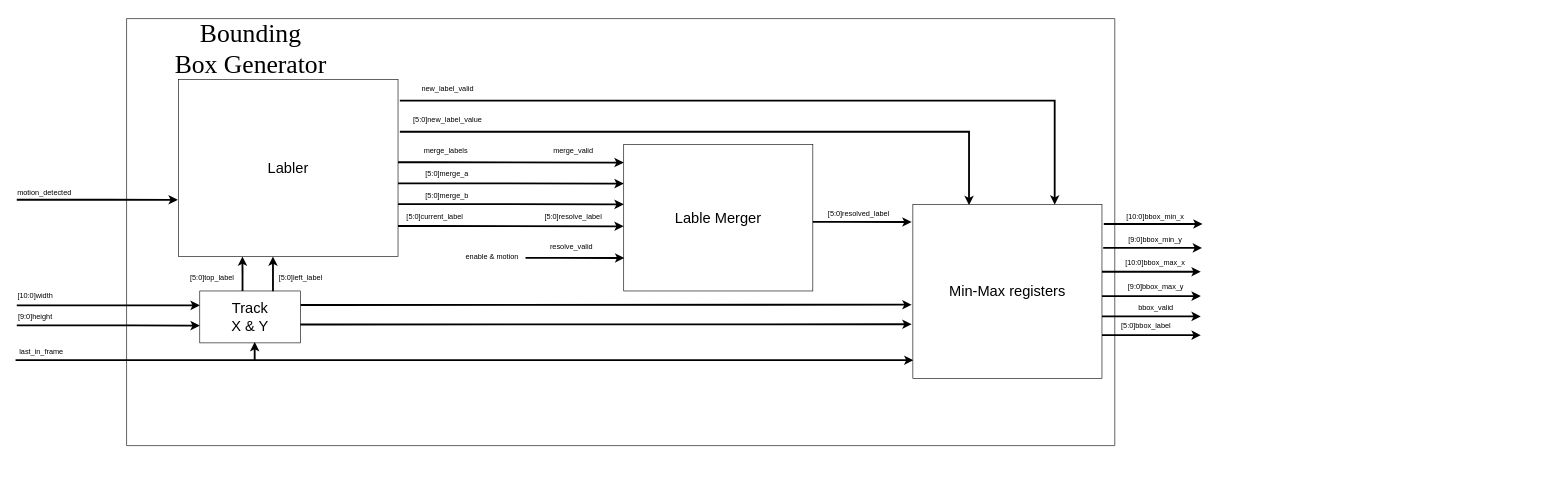
Above: drawings/Bounding Box Generator.drawio in sabarioded/Hardware_for_Digital_Video_Motion_Detector (draw.io), before the change. Source tidied: cells renumbered, new cells numbered last; positions are measured from the earlier drawing's top-left corner, leaving out a move shared by most shapes. Both pictures are drawn from the tidied source at 61%, with x=0, y=0 at pixel (10, 18).
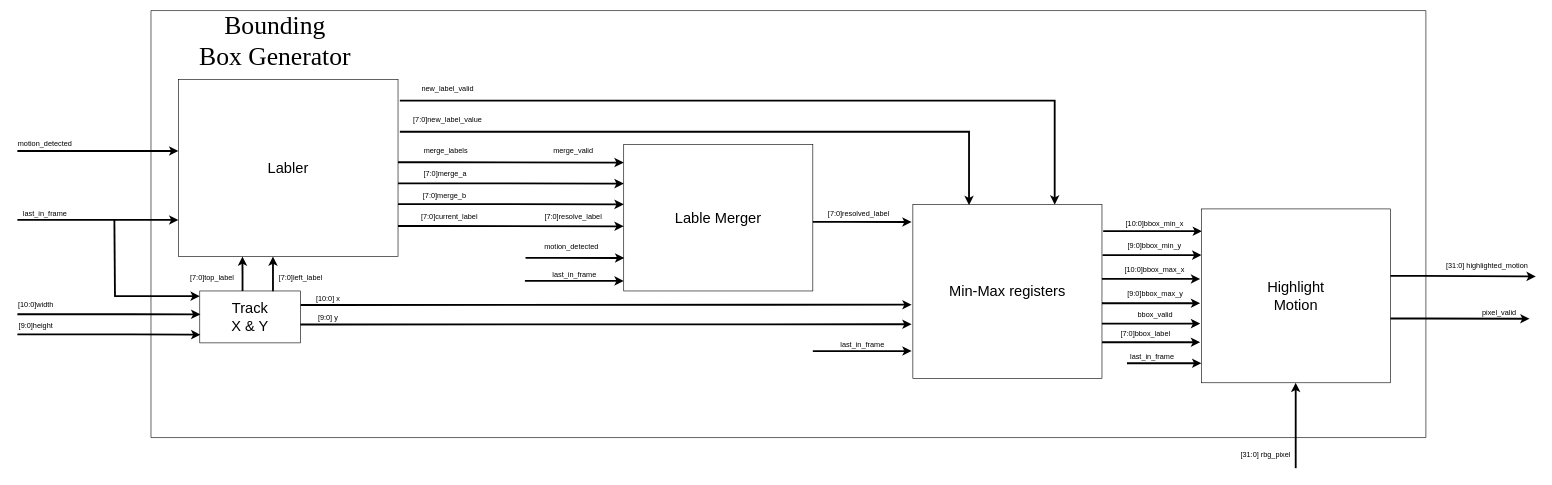
The same page after the edit.

What changed in the source:
```diff
@@
     <mxCell id="2" value="&lt;span style=&quot;text-wrap-mode: wrap;&quot;&gt;[10:0]width&lt;/span&gt;" style="text;html=1;align=center;verticalAlign=middle;strokeColor=none;fillColor=none;" parent="1" vertex="1">
-      <mxGeometry y="440" width="80" height="30" as="geometry" />
+      <mxGeometry x="1" y="454.7" width="80" height="30" as="geometry" />
     </mxCell>
     <mxCell id="3" value="&lt;span style=&quot;text-wrap-mode: wrap;&quot;&gt;[9:0]height&lt;/span&gt;" style="text;html=1;align=center;verticalAlign=middle;strokeColor=none;fillColor=none;" parent="1" vertex="1">
-      <mxGeometry y="474.1" width="80" height="30" as="geometry" />
+      <mxGeometry x="1" y="488.8" width="80" height="30" as="geometry" />
     </mxCell>
     <mxCell id="4" style="edgeStyle=orthogonalEdgeStyle;rounded=0;orthogonalLoop=1;jettySize=auto;html=1;strokeWidth=3;" parent="1" edge="1">
       <mxGeometry relative="1" as="geometry">
-        <mxPoint x="1789" y="488.2" as="sourcePoint" />
-        <mxPoint x="1951" y="488.2" as="targetPoint" />
+        <mxPoint x="1788" y="499.9" as="sourcePoint" />
+        <mxPoint x="1950" y="500" as="targetPoint" />
         <Array as="points">
-          <mxPoint x="1838" y="488.2" />
+          <mxPoint x="1837" y="499.9" />
         </Array>
       </mxGeometry>
     </mxCell>
     <mxCell id="5" value="&lt;span style=&quot;text-wrap-mode: wrap;&quot;&gt;bbox_valid&lt;/span&gt;" style="text;html=1;align=center;verticalAlign=middle;strokeColor=none;fillColor=none;" parent="1" vertex="1">
-      <mxGeometry x="1837" y="459.4" width="80" height="30" as="geometry" />
+      <mxGeometry x="1836" y="471.2" width="80" height="30" as="geometry" />
     </mxCell>
     <mxCell id="6" style="edgeStyle=orthogonalEdgeStyle;rounded=0;orthogonalLoop=1;jettySize=auto;html=1;strokeWidth=3;" parent="1" edge="1">
       <mxGeometry relative="1" as="geometry">
-        <mxPoint x="1789" y="518.8" as="sourcePoint" />
-        <mxPoint x="1951" y="518.9" as="targetPoint" />
+        <mxPoint x="1788" y="530.6" as="sourcePoint" />
+        <mxPoint x="1950" y="530.6" as="targetPoint" />
         <Array as="points">
-          <mxPoint x="1838" y="518.8" />
+          <mxPoint x="1837" y="530.6" />
         </Array>
       </mxGeometry>
     </mxCell>
-    <mxCell id="7" value="&lt;span style=&quot;text-wrap-mode: wrap;&quot;&gt;[5:0]bbox_label&lt;/span&gt;" style="text;html=1;align=center;verticalAlign=middle;strokeColor=none;fillColor=none;" parent="1" vertex="1">
-      <mxGeometry x="1811" y="488.8" width="100" height="30" as="geometry" />
+    <mxCell id="7" value="&lt;span style=&quot;text-wrap-mode: wrap;&quot;&gt;[7:0]bbox_label&lt;/span&gt;" style="text;html=1;align=center;verticalAlign=middle;strokeColor=none;fillColor=none;" parent="1" vertex="1">
+      <mxGeometry x="1810" y="500.6" width="100" height="30" as="geometry" />
     </mxCell>
     <mxCell id="8" style="edgeStyle=orthogonalEdgeStyle;rounded=0;orthogonalLoop=1;jettySize=auto;html=1;strokeWidth=3;" parent="1" edge="1">
       <mxGeometry relative="1" as="geometry">
-        <mxPoint x="1792" y="336.7" as="sourcePoint" />
-        <mxPoint x="1954" y="336.7" as="targetPoint" />
+        <mxPoint x="1791" y="348.4" as="sourcePoint" />
+        <mxPoint x="1953" y="348.5" as="targetPoint" />
         <Array as="points">
-          <mxPoint x="1841" y="336.7" />
+          <mxPoint x="1840" y="348.4" />
         </Array>
       </mxGeometry>
     </mxCell>
     <mxCell id="9" value="&lt;span style=&quot;text-wrap-mode: wrap;&quot;&gt;[10:0]bbox_min_x&lt;/span&gt;" style="text;html=1;align=center;verticalAlign=middle;strokeColor=none;fillColor=none;" parent="1" vertex="1">
-      <mxGeometry x="1816" y="310" width="120" height="30" as="geometry" />
+      <mxGeometry x="1815" y="321.8" width="120" height="30" as="geometry" />
     </mxCell>
     <mxCell id="10" style="edgeStyle=orthogonalEdgeStyle;rounded=0;orthogonalLoop=1;jettySize=auto;html=1;strokeWidth=3;" parent="1" edge="1">
       <mxGeometry relative="1" as="geometry">
-        <mxPoint x="1791" y="375.9" as="sourcePoint" />
-        <mxPoint x="1953" y="375.9" as="targetPoint" />
+        <mxPoint x="1790" y="387.6" as="sourcePoint" />
+        <mxPoint x="1952" y="387.7" as="targetPoint" />
         <Array as="points">
-          <mxPoint x="1840" y="375.9" />
+          <mxPoint x="1839" y="387.6" />
         </Array>
       </mxGeometry>
     </mxCell>
     <mxCell id="11" value="&lt;span style=&quot;text-wrap-mode: wrap;&quot;&gt;[9:0]bbox_min_y&lt;/span&gt;" style="text;html=1;align=center;verticalAlign=middle;strokeColor=none;fillColor=none;" parent="1" vertex="1">
-      <mxGeometry x="1821" y="346.5" width="110" height="30" as="geometry" />
+      <mxGeometry x="1820" y="358.3" width="110" height="30" as="geometry" />
     </mxCell>
     <mxCell id="12" style="edgeStyle=orthogonalEdgeStyle;rounded=0;orthogonalLoop=1;jettySize=auto;html=1;strokeWidth=3;" parent="1" edge="1">
       <mxGeometry relative="1" as="geometry">
-        <mxPoint x="1789" y="415" as="sourcePoint" />
-        <mxPoint x="1951" y="415" as="targetPoint" />
+        <mxPoint x="1788" y="426.8" as="sourcePoint" />
+        <mxPoint x="1950" y="426.8" as="targetPoint" />
         <Array as="points">
-          <mxPoint x="1838" y="415" />
+          <mxPoint x="1837" y="426.7" />
         </Array>
       </mxGeometry>
     </mxCell>
     <mxCell id="13" value="&lt;span style=&quot;text-wrap-mode: wrap;&quot;&gt;[10:0]bbox_max_x&lt;/span&gt;" style="text;html=1;align=center;verticalAlign=middle;strokeColor=none;fillColor=none;" parent="1" vertex="1">
-      <mxGeometry x="1816" y="385" width="120" height="30" as="geometry" />
+      <mxGeometry x="1815" y="396.8" width="120" height="30" as="geometry" />
     </mxCell>
     <mxCell id="14" style="edgeStyle=orthogonalEdgeStyle;rounded=0;orthogonalLoop=1;jettySize=auto;html=1;strokeWidth=3;" parent="1" edge="1">
       <mxGeometry relative="1" as="geometry">
-        <mxPoint x="1789" y="454.9" as="sourcePoint" />
-        <mxPoint x="1951" y="454.9" as="targetPoint" />
+        <mxPoint x="1788" y="466.6" as="sourcePoint" />
+        <mxPoint x="1950" y="466.7" as="targetPoint" />
         <Array as="points">
-          <mxPoint x="1838" y="454.9" />
+          <mxPoint x="1837" y="466.6" />
         </Array>
       </mxGeometry>
     </mxCell>
     <mxCell id="15" value="&lt;span style=&quot;text-wrap-mode: wrap;&quot;&gt;[9:0]bbox_max_y&lt;/span&gt;" style="text;html=1;align=center;verticalAlign=middle;strokeColor=none;fillColor=none;" parent="1" vertex="1">
-      <mxGeometry x="1822" y="424.9" width="110" height="30" as="geometry" />
+      <mxGeometry x="1821" y="436.6" width="110" height="30" as="geometry" />
     </mxCell>
@@
     <mxCell id="18" value="motion_detected" style="text;html=1;align=center;verticalAlign=middle;strokeColor=none;fillColor=none;" parent="1" vertex="1">
-      <mxGeometry y="270" width="110" height="30" as="geometry" />
+      <mxGeometry x="1" y="190" width="110" height="30" as="geometry" />
     </mxCell>
-    <mxCell id="19" value="[5:0]left_label" style="text;html=1;align=center;verticalAlign=middle;strokeColor=none;fillColor=none;" parent="1" vertex="1">
+    <mxCell id="19" value="[7:0]left_label" style="text;html=1;align=center;verticalAlign=middle;strokeColor=none;fillColor=none;" parent="1" vertex="1">
       <mxGeometry x="430" y="410" width="90" height="30" as="geometry" />
     </mxCell>
     <mxCell id="20" style="edgeStyle=orthogonalEdgeStyle;rounded=0;orthogonalLoop=1;jettySize=auto;html=1;strokeWidth=3;" parent="1" edge="1">
       <mxGeometry relative="1" as="geometry">
-        <mxPoint x="10" y="297" as="sourcePoint" />
-        <mxPoint x="274" y="297.1" as="targetPoint" />
+        <mxPoint x="11" y="217" as="sourcePoint" />
+        <mxPoint x="275" y="217.1" as="targetPoint" />
         <Array as="points">
-          <mxPoint x="161" y="297" />
+          <mxPoint x="162" y="217" />
         </Array>
       </mxGeometry>
     </mxCell>
-    <mxCell id="21" value="[5:0]top_label" style="text;html=1;align=center;verticalAlign=middle;strokeColor=none;fillColor=none;" parent="1" vertex="1">
+    <mxCell id="21" value="[7:0]top_label" style="text;html=1;align=center;verticalAlign=middle;strokeColor=none;fillColor=none;" parent="1" vertex="1">
       <mxGeometry x="280" y="410" width="100" height="30" as="geometry" />
     </mxCell>
@@
-    <mxCell id="25" value="[5:0]new_label_value" style="text;html=1;align=center;verticalAlign=middle;strokeColor=none;fillColor=none;" parent="1" vertex="1">
+    <mxCell id="25" value="[7:0]new_label_value" style="text;html=1;align=center;verticalAlign=middle;strokeColor=none;fillColor=none;" parent="1" vertex="1">
       <mxGeometry x="646" y="151" width="140" height="30" as="geometry" />
     </mxCell>
@@
-    <mxCell id="28" value="[5:0]merge_a" style="text;html=1;align=center;verticalAlign=middle;strokeColor=none;fillColor=none;" parent="1" vertex="1">
-      <mxGeometry x="669.5" y="240" width="90" height="30" as="geometry" />
+    <mxCell id="28" value="[7:0]merge_a" style="text;html=1;align=center;verticalAlign=middle;strokeColor=none;fillColor=none;" parent="1" vertex="1">
+      <mxGeometry x="666.5" y="240" width="90" height="30" as="geometry" />
     </mxCell>
-    <mxCell id="29" value="[5:0]merge_b" style="text;html=1;align=center;verticalAlign=middle;strokeColor=none;fillColor=none;" parent="1" vertex="1">
-      <mxGeometry x="669.5" y="275" width="90" height="30" as="geometry" />
+    <mxCell id="29" value="[7:0]merge_b" style="text;html=1;align=center;verticalAlign=middle;strokeColor=none;fillColor=none;" parent="1" vertex="1">
+      <mxGeometry x="665.5" y="275" width="90" height="30" as="geometry" />
     </mxCell>
@@
-    <mxCell id="32" value="[5:0]resolved_label" style="text;html=1;align=center;verticalAlign=middle;strokeColor=none;fillColor=none;" parent="1" vertex="1">
+    <mxCell id="32" value="[7:0]resolved_label" style="text;html=1;align=center;verticalAlign=middle;strokeColor=none;fillColor=none;" parent="1" vertex="1">
       <mxGeometry x="1330" y="305" width="120" height="30" as="geometry" />
     </mxCell>
-    <mxCell id="33" value="resolve_valid" style="text;html=1;align=center;verticalAlign=middle;strokeColor=none;fillColor=none;" parent="1" vertex="1">
-      <mxGeometry x="874" y="359.9" width="90" height="30" as="geometry" />
+    <mxCell id="33" value="motion_detected" style="text;html=1;align=center;verticalAlign=middle;strokeColor=none;fillColor=none;" parent="1" vertex="1">
+      <mxGeometry x="864" y="359.9" width="110" height="30" as="geometry" />
     </mxCell>
@@
-    <mxCell id="35" value="[5:0]resolve_label" style="text;html=1;align=center;verticalAlign=middle;strokeColor=none;fillColor=none;" parent="1" vertex="1">
+    <mxCell id="35" value="[7:0]resolve_label" style="text;html=1;align=center;verticalAlign=middle;strokeColor=none;fillColor=none;" parent="1" vertex="1">
       <mxGeometry x="862" y="310" width="120" height="30" as="geometry" />
     </mxCell>
-    <mxCell id="36" value="[5:0]current_label" style="text;html=1;align=center;verticalAlign=middle;strokeColor=none;fillColor=none;" parent="1" vertex="1">
-      <mxGeometry x="635" y="310" width="120" height="30" as="geometry" />
+    <mxCell id="36" value="[7:0]current_label" style="text;html=1;align=center;verticalAlign=middle;strokeColor=none;fillColor=none;" parent="1" vertex="1">
+      <mxGeometry x="659" y="310" width="120" height="30" as="geometry" />
     </mxCell>
@@
-    <mxCell id="40" style="edgeStyle=orthogonalEdgeStyle;rounded=0;orthogonalLoop=1;jettySize=auto;html=1;strokeWidth=3;" parent="1" edge="1">
-      <mxGeometry relative="1" as="geometry">
-        <mxPoint x="8" y="560" as="sourcePoint" />
-        <mxPoint x="1480" y="560" as="targetPoint" />
-        <Array as="points">
-          <mxPoint x="1367" y="560" />
-        </Array>
-      </mxGeometry>
-    </mxCell>
-    <mxCell id="41" value="last_in_frame" style="text;html=1;align=center;verticalAlign=middle;strokeColor=none;fillColor=none;" parent="1" vertex="1">
-      <mxGeometry y="531.6" width="100" height="30" as="geometry" />
-    </mxCell>
@@
-    <mxCell id="48" value="enable &amp;amp; motion" style="text;html=1;align=center;verticalAlign=middle;strokeColor=none;fillColor=none;" parent="1" vertex="1">
-      <mxGeometry x="734" y="375" width="110" height="30" as="geometry" />
-    </mxCell>
-    <mxCell id="49" style="edgeStyle=orthogonalEdgeStyle;rounded=0;orthogonalLoop=1;jettySize=auto;html=1;strokeWidth=3;" parent="1" edge="1">
-      <mxGeometry relative="1" as="geometry">
-        <mxPoint x="400" y="560" as="sourcePoint" />
-        <mxPoint x="400" y="530" as="targetPoint" />
-      </mxGeometry>
-    </mxCell>
     <mxCell id="50" style="edgeStyle=orthogonalEdgeStyle;rounded=0;orthogonalLoop=1;jettySize=auto;html=1;strokeWidth=3;" parent="1" edge="1">
       <mxGeometry relative="1" as="geometry">
-        <mxPoint x="10" y="503" as="sourcePoint" />
-        <mxPoint x="310" y="503.3" as="targetPoint" />
+        <mxPoint x="11" y="517.7" as="sourcePoint" />
+        <mxPoint x="311" y="518.1" as="targetPoint" />
         <Array as="points">
-          <mxPoint x="197" y="503.3" />
+          <mxPoint x="198" y="518" />
         </Array>
       </mxGeometry>
     </mxCell>
     <mxCell id="51" style="edgeStyle=orthogonalEdgeStyle;rounded=0;orthogonalLoop=1;jettySize=auto;html=1;strokeWidth=3;" parent="1" edge="1">
       <mxGeometry relative="1" as="geometry">
-        <mxPoint x="10" y="470" as="sourcePoint" />
-        <mxPoint x="310" y="470.1" as="targetPoint" />
+        <mxPoint x="11" y="484.7" as="sourcePoint" />
+        <mxPoint x="311" y="484.8" as="targetPoint" />
         <Array as="points">
-          <mxPoint x="197" y="470.1" />
+          <mxPoint x="198" y="484.8" />
         </Array>
       </mxGeometry>
     </mxCell>
     <mxCell id="52" style="swimlane;startSize=0;" parent="1" vertex="1">
-      <mxGeometry x="190" width="1620" height="700" as="geometry" />
+      <mxGeometry x="230" y="-13.2" width="2090" height="700" as="geometry" />
     </mxCell>
@@
+    <mxCell id="54" style="edgeStyle=orthogonalEdgeStyle;rounded=0;orthogonalLoop=1;jettySize=auto;html=1;strokeWidth=3;" parent="52" edge="1">
+      <mxGeometry relative="1" as="geometry">
+        <mxPoint x="1876.6" y="750.2" as="sourcePoint" />
+        <mxPoint x="1876.6" y="610.2" as="targetPoint" />
+        <Array as="points">
+          <mxPoint x="1876.6" y="700.2" />
+        </Array>
+      </mxGeometry>
+    </mxCell>
+    <mxCell id="55" style="edgeStyle=orthogonalEdgeStyle;rounded=0;orthogonalLoop=1;jettySize=auto;html=1;strokeWidth=3;" parent="1" edge="1">
+      <mxGeometry relative="1" as="geometry">
+        <mxPoint x="843" y="430" as="sourcePoint" />
+        <mxPoint x="1005" y="430" as="targetPoint" />
+        <Array as="points">
+          <mxPoint x="892" y="430" />
+        </Array>
+      </mxGeometry>
+    </mxCell>
+    <mxCell id="56" value="last_in_frame" style="text;html=1;align=center;verticalAlign=middle;strokeColor=none;fillColor=none;" parent="1" vertex="1">
+      <mxGeometry x="874" y="405" width="100" height="30" as="geometry" />
+    </mxCell>
+    <mxCell id="57" style="edgeStyle=orthogonalEdgeStyle;rounded=0;orthogonalLoop=1;jettySize=auto;html=1;strokeWidth=3;" parent="1" edge="1">
+      <mxGeometry relative="1" as="geometry">
+        <mxPoint x="11" y="330" as="sourcePoint" />
+        <mxPoint x="275" y="330.1" as="targetPoint" />
+        <Array as="points">
+          <mxPoint x="162" y="330" />
+        </Array>
+      </mxGeometry>
+    </mxCell>
+    <mxCell id="58" value="last_in_frame" style="text;html=1;align=center;verticalAlign=middle;strokeColor=none;fillColor=none;" parent="1" vertex="1">
+      <mxGeometry x="6" y="305" width="100" height="30" as="geometry" />
+    </mxCell>
+    <mxCell id="59" style="edgeStyle=orthogonalEdgeStyle;rounded=0;orthogonalLoop=1;jettySize=auto;html=1;strokeWidth=3;" parent="1" edge="1">
+      <mxGeometry relative="1" as="geometry">
+        <mxPoint x="170" y="455" as="sourcePoint" />
+        <mxPoint x="310" y="455" as="targetPoint" />
+        <Array as="points">
+          <mxPoint x="197" y="454.9" />
+        </Array>
+      </mxGeometry>
+    </mxCell>
+    <mxCell id="60" style="endArrow=none;html=1;rounded=0;strokeWidth=3;" parent="1" edge="1">
+      <mxGeometry relative="1" as="geometry">
+        <mxPoint x="171" y="456" as="sourcePoint" />
+        <mxPoint x="170" y="330" as="targetPoint" />
+      </mxGeometry>
+    </mxCell>
+    <mxCell id="61" style="edgeStyle=orthogonalEdgeStyle;rounded=0;orthogonalLoop=1;jettySize=auto;html=1;strokeWidth=3;" parent="1" edge="1">
+      <mxGeometry relative="1" as="geometry">
+        <mxPoint x="1315" y="545" as="sourcePoint" />
+        <mxPoint x="1477" y="545" as="targetPoint" />
+        <Array as="points">
+          <mxPoint x="1364" y="545" />
+        </Array>
+      </mxGeometry>
+    </mxCell>
+    <mxCell id="62" value="last_in_frame" style="text;html=1;align=center;verticalAlign=middle;strokeColor=none;fillColor=none;" parent="1" vertex="1">
+      <mxGeometry x="1346" y="520" width="100" height="30" as="geometry" />
+    </mxCell>
+    <mxCell id="63" value="[10:0] x" style="text;html=1;align=center;verticalAlign=middle;strokeColor=none;fillColor=none;" parent="1" vertex="1">
+      <mxGeometry x="490" y="444.5" width="60" height="30" as="geometry" />
+    </mxCell>
+    <mxCell id="64" value="[9:0] y" style="text;html=1;align=center;verticalAlign=middle;strokeColor=none;fillColor=none;" parent="1" vertex="1">
+      <mxGeometry x="490" y="474.5" width="60" height="30" as="geometry" />
+    </mxCell>
+    <mxCell id="65" value="&lt;span style=&quot;font-size: 24px;&quot;&gt;Highlight&lt;/span&gt;&lt;div&gt;&lt;span style=&quot;font-size: 24px;&quot;&gt;Motion&lt;/span&gt;&lt;/div&gt;" style="rounded=0;whiteSpace=wrap;html=1;" parent="1" vertex="1">
+      <mxGeometry x="1952" y="312" width="310" height="285" as="geometry" />
+    </mxCell>
+    <mxCell id="66" style="edgeStyle=orthogonalEdgeStyle;rounded=0;orthogonalLoop=1;jettySize=auto;html=1;strokeWidth=3;" parent="1" edge="1">
+      <mxGeometry relative="1" as="geometry">
+        <mxPoint x="1830" y="565" as="sourcePoint" />
+        <mxPoint x="1952" y="565" as="targetPoint" />
+        <Array as="points">
+          <mxPoint x="1839" y="565" />
+        </Array>
+      </mxGeometry>
+    </mxCell>
+    <mxCell id="67" value="last_in_frame" style="text;html=1;align=center;verticalAlign=middle;strokeColor=none;fillColor=none;" parent="1" vertex="1">
+      <mxGeometry x="1821" y="540" width="100" height="30" as="geometry" />
+    </mxCell>
+    <mxCell id="68" value="[31:0] rbg_pixel" style="text;html=1;align=center;verticalAlign=middle;strokeColor=none;fillColor=none;" parent="1" vertex="1">
+      <mxGeometry x="2002" y="700" width="110" height="30" as="geometry" />
+    </mxCell>
+    <mxCell id="69" style="edgeStyle=orthogonalEdgeStyle;rounded=0;jettySize=auto;html=1;strokeWidth=3;entryX=1.001;entryY=1.089;entryDx=0;entryDy=0;entryPerimeter=0;" parent="1" edge="1" target="70">
+      <mxGeometry relative="1" as="geometry">
+        <mxPoint x="2262" y="421.8" as="sourcePoint" />
+        <Array as="points">
+          <mxPoint x="2311" y="422" />
+        </Array>
+      </mxGeometry>
+    </mxCell>
+    <mxCell id="70" value="[31:0] highlighted_motion" style="text;html=1;align=center;verticalAlign=middle;points=[];strokeColor=none;fillColor=none;" parent="1" vertex="1">
+      <mxGeometry x="2340" y="390" width="160" height="30" as="geometry" />
+    </mxCell>
+    <mxCell id="71" style="edgeStyle=orthogonalEdgeStyle;rounded=0;orthogonalLoop=1;jettySize=auto;html=1;strokeWidth=3;" parent="1" edge="1">
+      <mxGeometry relative="1" as="geometry">
+        <mxPoint x="2262" y="491.6" as="sourcePoint" />
+        <mxPoint x="2490" y="492" as="targetPoint" />
+        <Array as="points">
+          <mxPoint x="2311" y="491.6" />
+        </Array>
+      </mxGeometry>
+    </mxCell>
+    <mxCell id="72" value="pixel_valid" style="text;html=1;align=center;verticalAlign=middle;strokeColor=none;fillColor=none;" parent="1" vertex="1">
+      <mxGeometry x="2400" y="466.6" width="80" height="30" as="geometry" />
+    </mxCell>
```
